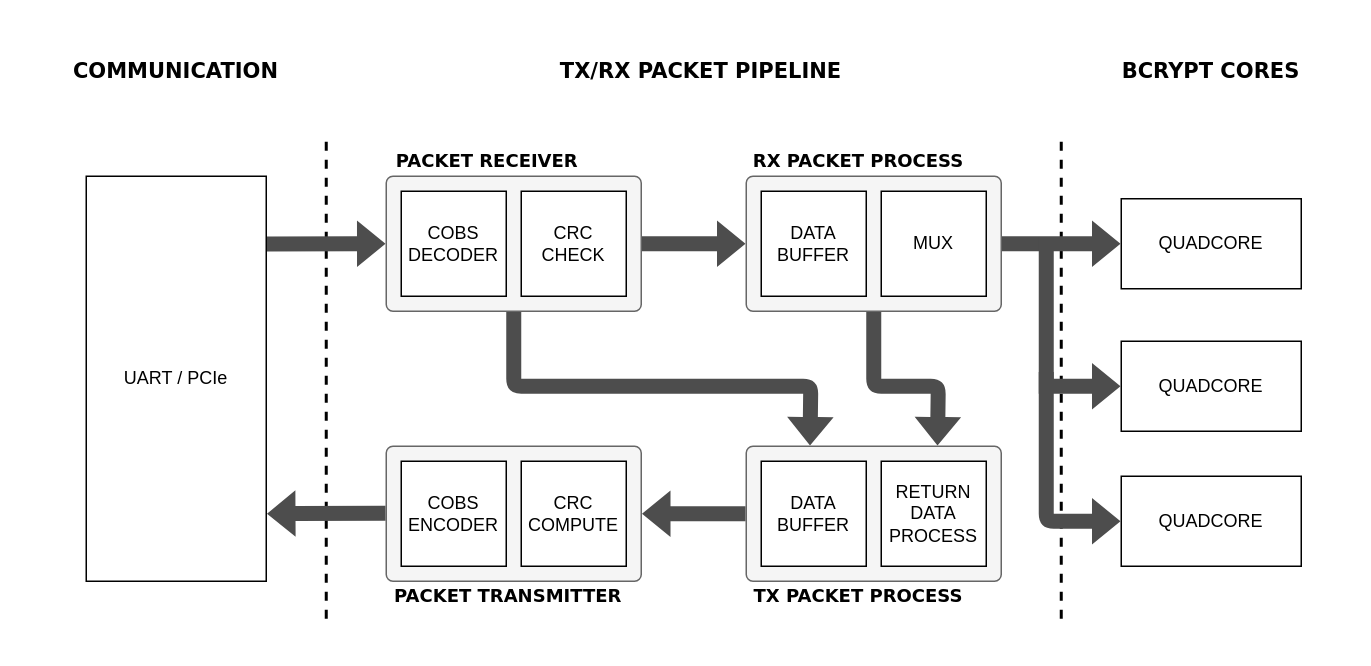
This is page "tx_rx_general" (2 of 6) of assets/drawio/communication_protocol.drawio from Djokzer/fpga_bruteforce_attack, a draw.io file, before an edit. Source tidied: cells renumbered, new cells numbered last; positions are measured from the earlier drawing's top-left corner, leaving out a move shared by most shapes. Both pictures are drawn from the tidied source at 150%, with x=0, y=0 at pixel (26, 26).
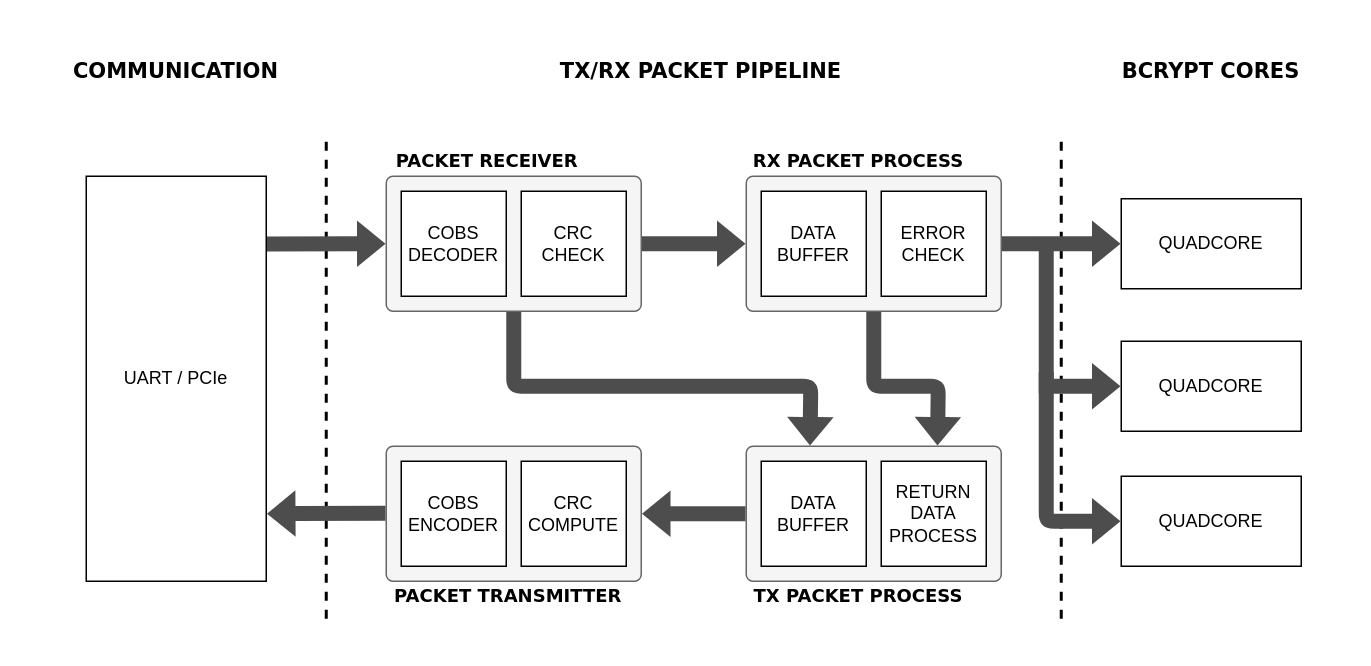
The same page after the edit.

Commit message (it also covers changes not shown here):
Add rx pipeline process with global schematics

Diff of the diagram source:
```diff
@@
-    <mxCell id="26" value="&lt;div&gt;MUX&lt;/div&gt;" style="rounded=0;whiteSpace=wrap;html=1;" parent="1" vertex="1">
+    <mxCell id="26" value="&lt;div&gt;ERROR&lt;/div&gt;&lt;div&gt;CHECK&lt;/div&gt;" style="rounded=0;whiteSpace=wrap;html=1;" parent="1" vertex="1">
       <mxGeometry x="570" y="110" width="70" height="70" as="geometry" />
     </mxCell>
```
